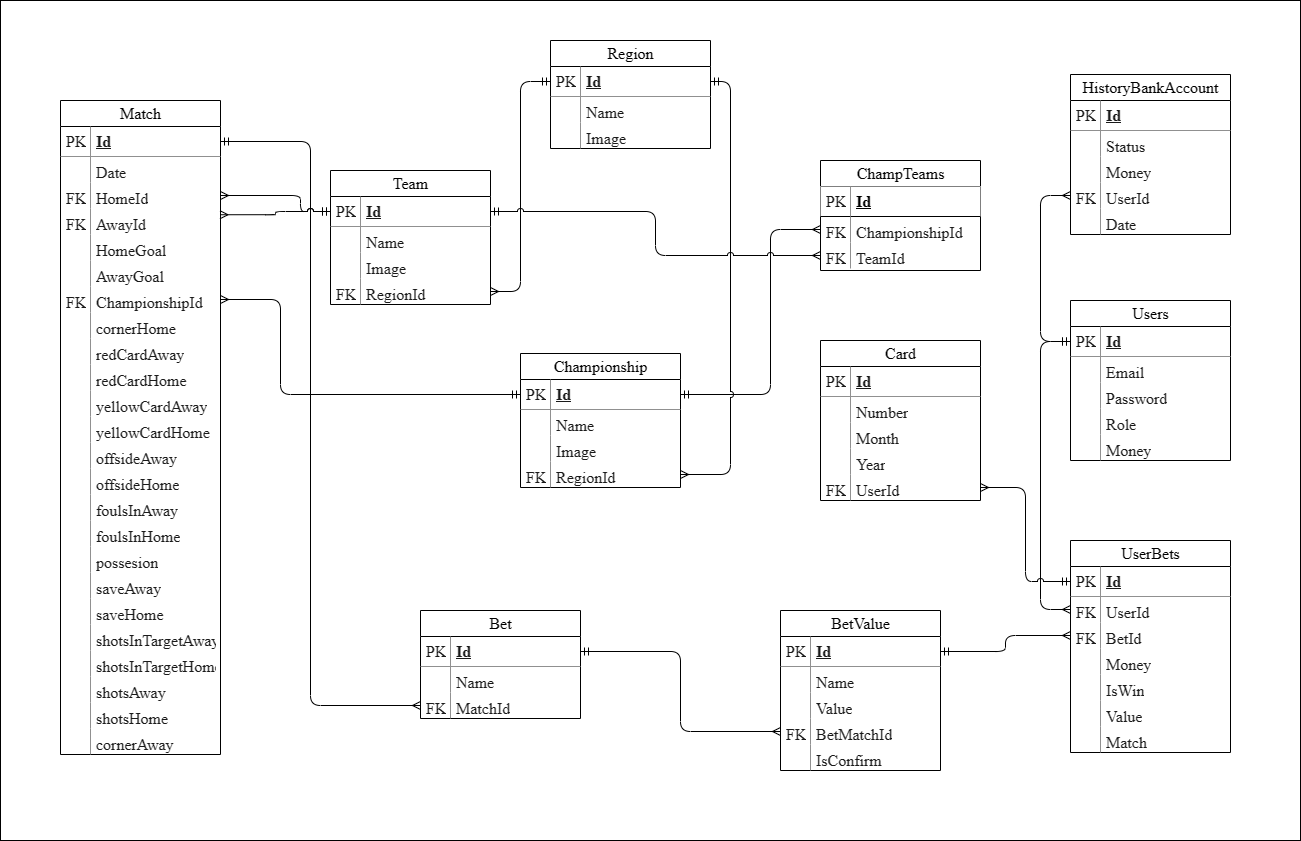
The draw.io diagram database_example-Page-1.drawio.png in jk2911/diplom, before a commit. Source tidied: cells renumbered, new cells last; positions are measured from the earlier drawing's top-left corner, leaving out a move shared by most shapes.
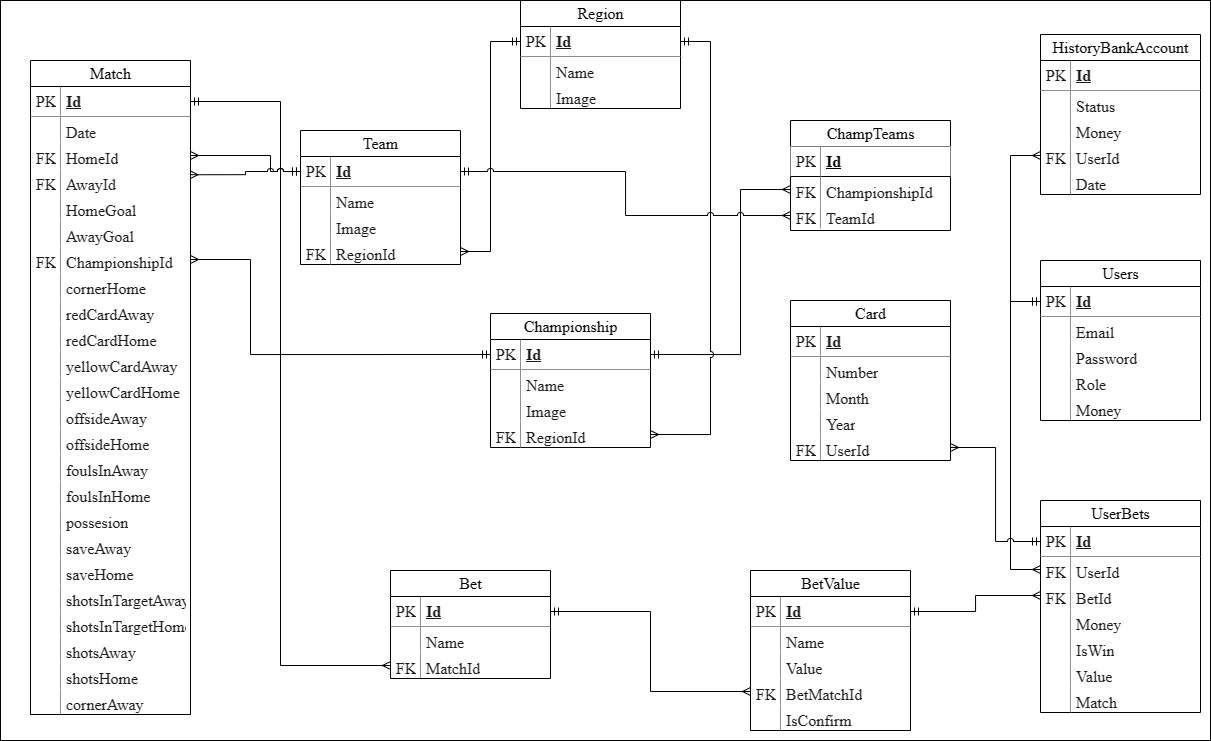
After the commit.

The edit, as a diff of the source:
```diff
@@ -3,7 +3,7 @@
     <mxCell id="0" />
     <mxCell id="1" parent="0" />
     <mxCell id="2" style="rounded=0;whiteSpace=wrap;html=1;fontFamily=Times New Roman;fontSize=16;" parent="1" vertex="1">
-      <mxGeometry width="1300" height="840" as="geometry" />
+      <mxGeometry x="30" y="40" width="1210" height="740" as="geometry" />
     </mxCell>
     <mxCell id="3" value="Team" style="swimlane;html=1;fontStyle=0;horizontal=1;startSize=26;swimlaneFillColor=#ffffff;align=center;rounded=0;shadow=0;comic=0;labelBackgroundColor=none;strokeWidth=1;fontFamily=Times New Roman;fontSize=16;" parent="1" vertex="1">
       <mxGeometry x="330" y="170" width="160" height="134" as="geometry" />
@@ -200,7 +200,7 @@
     <mxCell id="67" style="shape=partialRectangle;top=0;left=0;bottom=0;html=1;fillColor=none;align=left;verticalAlign=top;spacingLeft=4;spacingRight=4;whiteSpace=wrap;overflow=hidden;strokeColor=#909090;fontColor=#1A1A1A;fontFamily=Times New Roman;fontSize=16;" parent="66" vertex="1">
       <mxGeometry width="30" height="26" as="geometry" />
     </mxCell>
-    <mxCell id="68" style="edgeStyle=orthogonalEdgeStyle;rounded=1;jettySize=auto;html=1;exitX=1;exitY=0.5;exitDx=0;exitDy=0;entryX=0;entryY=0.5;entryDx=0;entryDy=0;startArrow=ERmany;startFill=0;endArrow=ERmandOne;endFill=0;jumpStyle=arc;fontFamily=Times New Roman;fontSize=16;" parent="1" edge="1" source="10" target="62">
+    <mxCell id="68" style="edgeStyle=orthogonalEdgeStyle;rounded=0;jettySize=auto;html=1;exitX=1;exitY=0.5;exitDx=0;exitDy=0;entryX=0;entryY=0.5;entryDx=0;entryDy=0;startArrow=ERmany;startFill=0;endArrow=ERmandOne;endFill=0;jumpStyle=arc;fontFamily=Times New Roman;fontSize=16;" parent="1" edge="1" source="10" target="62">
       <mxGeometry relative="1" as="geometry" />
     </mxCell>
     <mxCell id="69" value="ChampTeams" style="swimlane;html=1;fontStyle=0;horizontal=1;startSize=26;swimlaneFillColor=#ffffff;align=center;rounded=0;shadow=0;comic=0;labelBackgroundColor=none;strokeWidth=1;fontFamily=Times New Roman;fontSize=16;" parent="1" vertex="1">
@@ -416,7 +416,7 @@
     <mxCell id="139" value="FK" style="shape=partialRectangle;top=0;left=0;bottom=0;html=1;fillColor=none;align=left;verticalAlign=top;spacingLeft=4;spacingRight=4;whiteSpace=wrap;overflow=hidden;strokeColor=#909090;fontColor=#1A1A1A;fontFamily=Times New Roman;fontSize=16;" parent="138" vertex="1">
       <mxGeometry width="30" height="26" as="geometry" />
     </mxCell>
-    <mxCell id="140" style="edgeStyle=orthogonalEdgeStyle;rounded=1;jettySize=auto;html=1;exitX=0;exitY=0.5;exitDx=0;exitDy=0;entryX=1;entryY=0.5;entryDx=0;entryDy=0;jumpStyle=arc;endArrow=ERmandOne;endFill=0;startArrow=ERmany;startFill=0;fontFamily=Times New Roman;fontSize=16;" parent="1" edge="1" source="138" target="13">
+    <mxCell id="140" style="edgeStyle=orthogonalEdgeStyle;rounded=0;jettySize=auto;html=1;exitX=0;exitY=0.5;exitDx=0;exitDy=0;entryX=1;entryY=0.5;entryDx=0;entryDy=0;jumpStyle=arc;endArrow=ERmandOne;endFill=0;startArrow=ERmany;startFill=0;fontFamily=Times New Roman;fontSize=16;" parent="1" edge="1" source="138" target="13">
       <mxGeometry relative="1" as="geometry">
         <Array as="points">
           <mxPoint x="310" y="705" />
@@ -424,10 +424,10 @@
         </Array>
       </mxGeometry>
     </mxCell>
-    <mxCell id="141" style="edgeStyle=orthogonalEdgeStyle;rounded=1;jettySize=auto;html=1;exitX=0;exitY=0.5;exitDx=0;exitDy=0;entryX=1;entryY=0.5;entryDx=0;entryDy=0;endArrow=ERmandOne;endFill=0;startArrow=ERmany;startFill=0;jumpStyle=arc;fontFamily=Times New Roman;fontSize=16;" parent="1" edge="1" source="129" target="134">
+    <mxCell id="141" style="edgeStyle=orthogonalEdgeStyle;rounded=0;jettySize=auto;html=1;exitX=0;exitY=0.5;exitDx=0;exitDy=0;entryX=1;entryY=0.5;entryDx=0;entryDy=0;endArrow=ERmandOne;endFill=0;startArrow=ERmany;startFill=0;jumpStyle=arc;fontFamily=Times New Roman;fontSize=16;" parent="1" edge="1" source="129" target="134">
       <mxGeometry relative="1" as="geometry" />
     </mxCell>
-    <mxCell id="142" style="edgeStyle=orthogonalEdgeStyle;rounded=1;jettySize=auto;html=1;exitX=0;exitY=0.5;exitDx=0;exitDy=0;entryX=0;entryY=0.5;entryDx=0;entryDy=0;endArrow=ERmandOne;endFill=0;startArrow=ERmany;startFill=0;jumpStyle=arc;fontFamily=Times New Roman;fontSize=16;" parent="1" edge="1" source="110" target="97">
+    <mxCell id="142" style="edgeStyle=orthogonalEdgeStyle;rounded=0;jettySize=auto;html=1;exitX=0;exitY=0.5;exitDx=0;exitDy=0;entryX=0;entryY=0.5;entryDx=0;entryDy=0;endArrow=ERmandOne;endFill=0;startArrow=ERmany;startFill=0;jumpStyle=arc;fontFamily=Times New Roman;fontSize=16;" parent="1" edge="1" source="110" target="97">
       <mxGeometry relative="1" as="geometry">
         <Array as="points">
           <mxPoint x="1040" y="609" />
@@ -435,10 +435,10 @@
         </Array>
       </mxGeometry>
     </mxCell>
-    <mxCell id="143" style="edgeStyle=orthogonalEdgeStyle;rounded=1;jettySize=auto;html=1;exitX=0;exitY=0.5;exitDx=0;exitDy=0;entryX=1;entryY=0.5;entryDx=0;entryDy=0;startArrow=ERmany;startFill=0;endArrow=ERmandOne;endFill=0;jumpStyle=arc;fontFamily=Times New Roman;fontSize=16;" parent="1" edge="1" source="112" target="123">
+    <mxCell id="143" style="edgeStyle=orthogonalEdgeStyle;rounded=0;jettySize=auto;html=1;exitX=0;exitY=0.5;exitDx=0;exitDy=0;entryX=1;entryY=0.5;entryDx=0;entryDy=0;startArrow=ERmany;startFill=0;endArrow=ERmandOne;endFill=0;jumpStyle=arc;fontFamily=Times New Roman;fontSize=16;" parent="1" edge="1" source="112" target="123">
       <mxGeometry relative="1" as="geometry" />
     </mxCell>
-    <mxCell id="144" style="edgeStyle=orthogonalEdgeStyle;rounded=1;jettySize=auto;html=1;exitX=0;exitY=0.5;exitDx=0;exitDy=0;entryX=0;entryY=0.5;entryDx=0;entryDy=0;startArrow=ERmany;startFill=0;endArrow=ERmandOne;endFill=0;jumpStyle=arc;fontFamily=Times New Roman;fontSize=16;" parent="1" edge="1" source="92" target="97">
+    <mxCell id="144" style="edgeStyle=orthogonalEdgeStyle;rounded=0;jettySize=auto;html=1;exitX=0;exitY=0.5;exitDx=0;exitDy=0;entryX=0;entryY=0.5;entryDx=0;entryDy=0;startArrow=ERmany;startFill=0;endArrow=ERmandOne;endFill=0;jumpStyle=arc;fontFamily=Times New Roman;fontSize=16;" parent="1" edge="1" source="92" target="97">
       <mxGeometry relative="1" as="geometry">
         <Array as="points">
           <mxPoint x="1040" y="195" />
@@ -446,7 +446,7 @@
         </Array>
       </mxGeometry>
     </mxCell>
-    <mxCell id="145" style="edgeStyle=orthogonalEdgeStyle;rounded=1;jettySize=auto;html=1;exitX=0;exitY=0.5;exitDx=0;exitDy=0;entryX=1;entryY=0.5;entryDx=0;entryDy=0;endArrow=ERmany;endFill=0;startArrow=ERmandOne;startFill=0;jumpStyle=arc;fontFamily=Times New Roman;fontSize=16;" parent="1" edge="1" source="4" target="17">
+    <mxCell id="145" style="edgeStyle=orthogonalEdgeStyle;rounded=0;jettySize=auto;html=1;exitX=0;exitY=0.5;exitDx=0;exitDy=0;entryX=1;entryY=0.5;entryDx=0;entryDy=0;endArrow=ERmany;endFill=0;startArrow=ERmandOne;startFill=0;jumpStyle=arc;fontFamily=Times New Roman;fontSize=16;" parent="1" edge="1" source="4" target="17">
       <mxGeometry relative="1" as="geometry">
         <Array as="points">
           <mxPoint x="300" y="211" />
@@ -454,7 +454,7 @@
         </Array>
       </mxGeometry>
     </mxCell>
-    <mxCell id="146" style="edgeStyle=orthogonalEdgeStyle;rounded=1;jettySize=auto;html=1;exitX=0;exitY=0.5;exitDx=0;exitDy=0;entryX=0.997;entryY=0.24;entryDx=0;entryDy=0;entryPerimeter=0;endArrow=ERmany;endFill=0;startArrow=ERmandOne;startFill=0;jumpStyle=arc;fontFamily=Times New Roman;fontSize=16;" parent="1" edge="1" source="4" target="19">
+    <mxCell id="146" style="edgeStyle=orthogonalEdgeStyle;rounded=0;jettySize=auto;html=1;exitX=0;exitY=0.5;exitDx=0;exitDy=0;entryX=0.997;entryY=0.24;entryDx=0;entryDy=0;entryPerimeter=0;endArrow=ERmany;endFill=0;startArrow=ERmandOne;startFill=0;jumpStyle=arc;fontFamily=Times New Roman;fontSize=16;" parent="1" edge="1" source="4" target="19">
       <mxGeometry relative="1" as="geometry" />
     </mxCell>
     <mxCell id="147" value="Card" style="swimlane;html=1;fontStyle=0;horizontal=1;startSize=26;swimlaneFillColor=#ffffff;align=center;rounded=0;shadow=0;comic=0;labelBackgroundColor=none;strokeWidth=1;fontFamily=Times New Roman;fontSize=16;" parent="1" vertex="1">
@@ -490,10 +490,10 @@
     <mxCell id="157" value="FK" style="shape=partialRectangle;top=0;left=0;bottom=0;html=1;fillColor=none;align=left;verticalAlign=top;spacingLeft=4;spacingRight=4;whiteSpace=wrap;overflow=hidden;strokeColor=#909090;fontColor=#1A1A1A;fontFamily=Times New Roman;fontSize=16;" parent="156" vertex="1">
       <mxGeometry width="30" height="26" as="geometry" />
     </mxCell>
-    <mxCell id="158" style="edgeStyle=orthogonalEdgeStyle;rounded=1;jettySize=auto;html=1;exitX=1;exitY=0.5;exitDx=0;exitDy=0;entryX=0;entryY=0.5;entryDx=0;entryDy=0;startArrow=ERmany;startFill=0;endArrow=ERmandOne;endFill=0;jumpStyle=arc;fontFamily=Times New Roman;fontSize=16;" parent="1" edge="1" source="156" target="108">
+    <mxCell id="158" style="edgeStyle=orthogonalEdgeStyle;rounded=0;jettySize=auto;html=1;exitX=1;exitY=0.5;exitDx=0;exitDy=0;entryX=0;entryY=0.5;entryDx=0;entryDy=0;startArrow=ERmany;startFill=0;endArrow=ERmandOne;endFill=0;jumpStyle=arc;fontFamily=Times New Roman;fontSize=16;" parent="1" edge="1" source="156" target="108">
       <mxGeometry relative="1" as="geometry" />
     </mxCell>
-    <mxCell id="159" style="edgeStyle=orthogonalEdgeStyle;rounded=1;jettySize=auto;html=1;exitX=0;exitY=0.5;exitDx=0;exitDy=0;entryX=1;entryY=0.5;entryDx=0;entryDy=0;endArrow=ERmandOne;endFill=0;startArrow=ERmany;startFill=0;jumpStyle=arc;fontFamily=Times New Roman;fontSize=16;" parent="1" edge="1" source="72" target="77">
+    <mxCell id="159" style="edgeStyle=orthogonalEdgeStyle;rounded=0;jettySize=auto;html=1;exitX=0;exitY=0.5;exitDx=0;exitDy=0;entryX=1;entryY=0.5;entryDx=0;entryDy=0;endArrow=ERmandOne;endFill=0;startArrow=ERmany;startFill=0;jumpStyle=arc;fontFamily=Times New Roman;fontSize=16;" parent="1" edge="1" source="72" target="77">
       <mxGeometry relative="1" as="geometry">
         <Array as="points">
           <mxPoint x="770" y="229" />
@@ -501,15 +501,15 @@
         </Array>
       </mxGeometry>
     </mxCell>
-    <mxCell id="160" style="edgeStyle=orthogonalEdgeStyle;rounded=1;jettySize=auto;html=1;exitX=1;exitY=0.5;exitDx=0;exitDy=0;entryX=1;entryY=0.5;entryDx=0;entryDy=0;endArrow=ERmandOne;endFill=0;startArrow=ERmany;startFill=0;jumpStyle=arc;fontFamily=Times New Roman;fontSize=16;" parent="1" edge="1" source="83" target="62">
+    <mxCell id="160" style="edgeStyle=orthogonalEdgeStyle;rounded=0;jettySize=auto;html=1;exitX=1;exitY=0.5;exitDx=0;exitDy=0;entryX=1;entryY=0.5;entryDx=0;entryDy=0;endArrow=ERmandOne;endFill=0;startArrow=ERmany;startFill=0;jumpStyle=arc;fontFamily=Times New Roman;fontSize=16;" parent="1" edge="1" source="83" target="62">
       <mxGeometry relative="1" as="geometry">
         <Array as="points">
-          <mxPoint x="730" y="474" />
-          <mxPoint x="730" y="81" />
+          <mxPoint x="740" y="474" />
+          <mxPoint x="740" y="81" />
         </Array>
       </mxGeometry>
     </mxCell>
-    <mxCell id="161" style="edgeStyle=orthogonalEdgeStyle;rounded=1;jettySize=auto;html=1;exitX=1;exitY=0.5;exitDx=0;exitDy=0;entryX=0;entryY=0.5;entryDx=0;entryDy=0;endArrow=ERmandOne;endFill=0;startArrow=ERmany;startFill=0;fontFamily=Times New Roman;fontSize=16;" parent="1" edge="1" source="25" target="77">
+    <mxCell id="161" style="edgeStyle=orthogonalEdgeStyle;rounded=0;jettySize=auto;html=1;exitX=1;exitY=0.5;exitDx=0;exitDy=0;entryX=0;entryY=0.5;entryDx=0;entryDy=0;endArrow=ERmandOne;endFill=0;startArrow=ERmany;startFill=0;fontFamily=Times New Roman;fontSize=16;" parent="1" edge="1" source="25" target="77">
       <mxGeometry relative="1" as="geometry">
         <Array as="points">
           <mxPoint x="280" y="299" />
@@ -517,7 +517,7 @@
         </Array>
       </mxGeometry>
     </mxCell>
-    <mxCell id="162" style="edgeStyle=orthogonalEdgeStyle;rounded=1;jettySize=auto;html=1;exitX=0;exitY=0.5;exitDx=0;exitDy=0;entryX=1;entryY=0.5;entryDx=0;entryDy=0;startArrow=ERmany;startFill=0;endArrow=ERmandOne;endFill=0;jumpStyle=arc;fontFamily=Times New Roman;fontSize=16;" parent="1" edge="1" source="74" target="4">
+    <mxCell id="162" style="edgeStyle=orthogonalEdgeStyle;rounded=0;jettySize=auto;html=1;exitX=0;exitY=0.5;exitDx=0;exitDy=0;entryX=1;entryY=0.5;entryDx=0;entryDy=0;startArrow=ERmany;startFill=0;endArrow=ERmandOne;endFill=0;jumpStyle=arc;fontFamily=Times New Roman;fontSize=16;" parent="1" edge="1" source="74" target="4">
       <mxGeometry relative="1" as="geometry" />
     </mxCell>
   </root>
```
